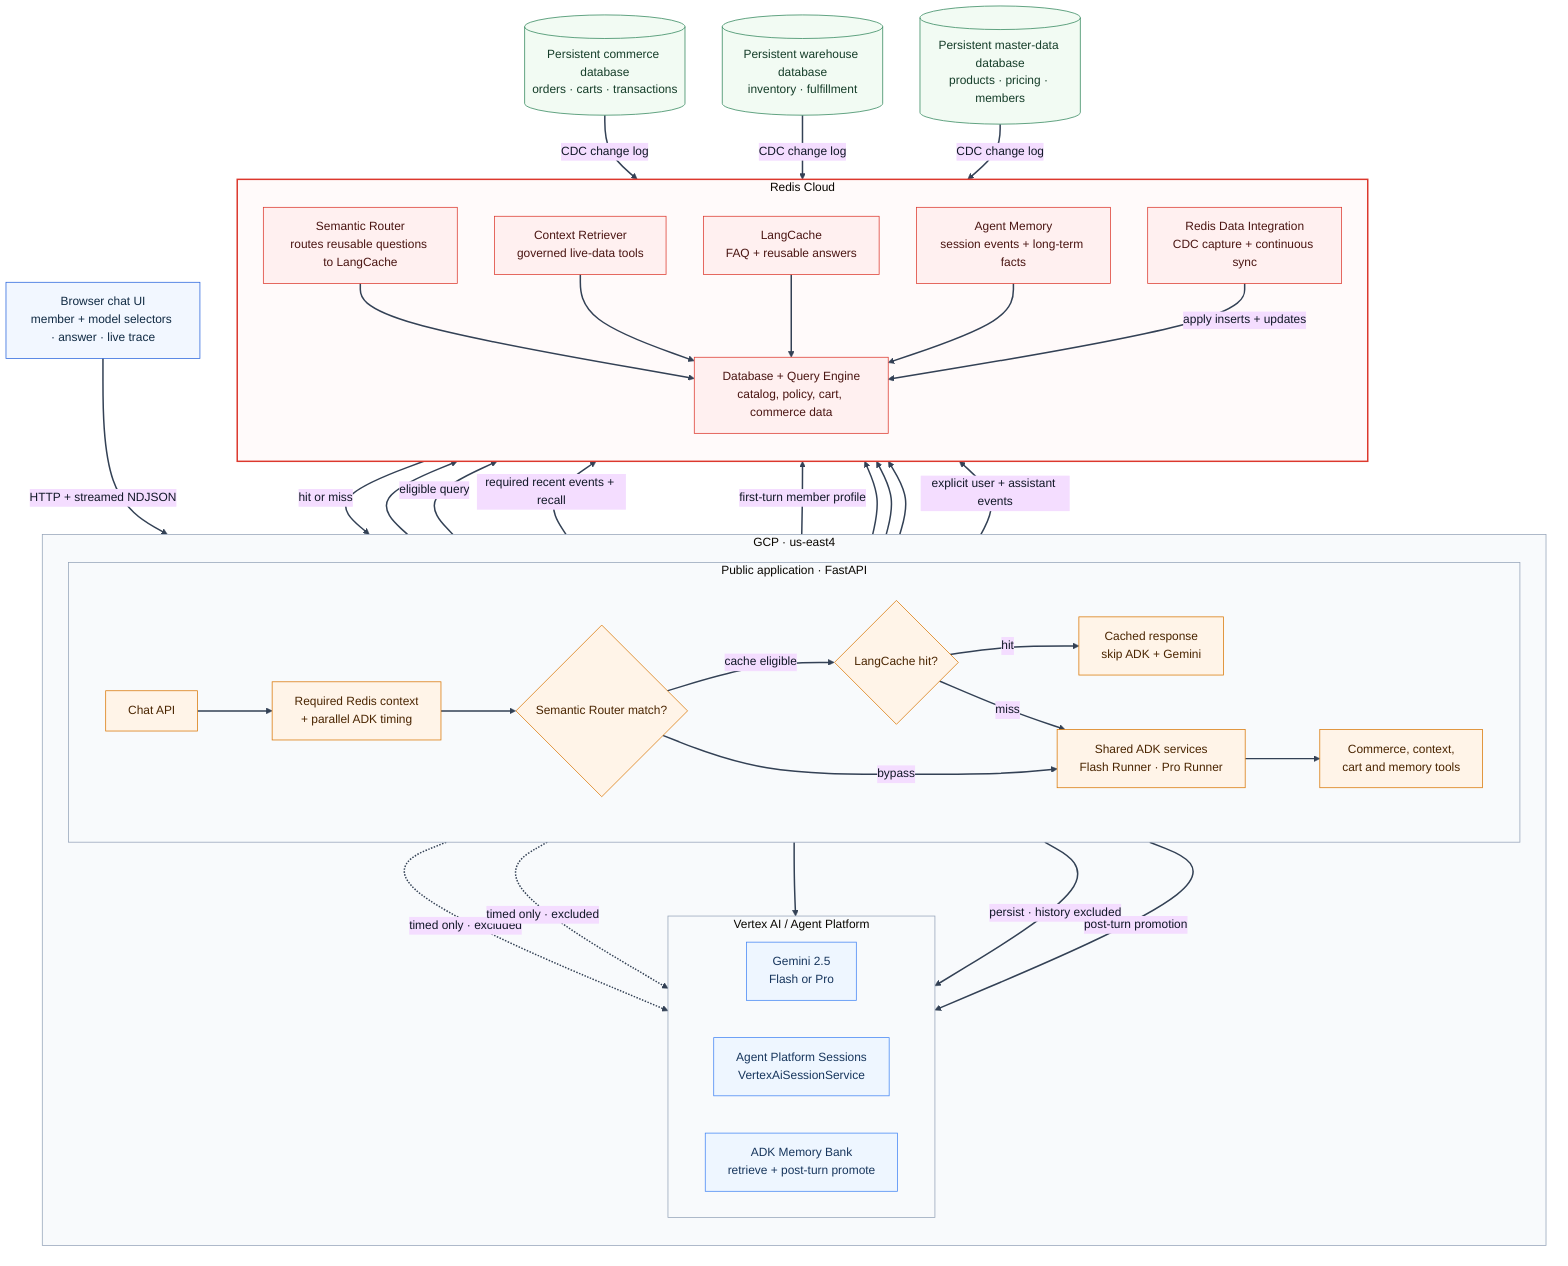
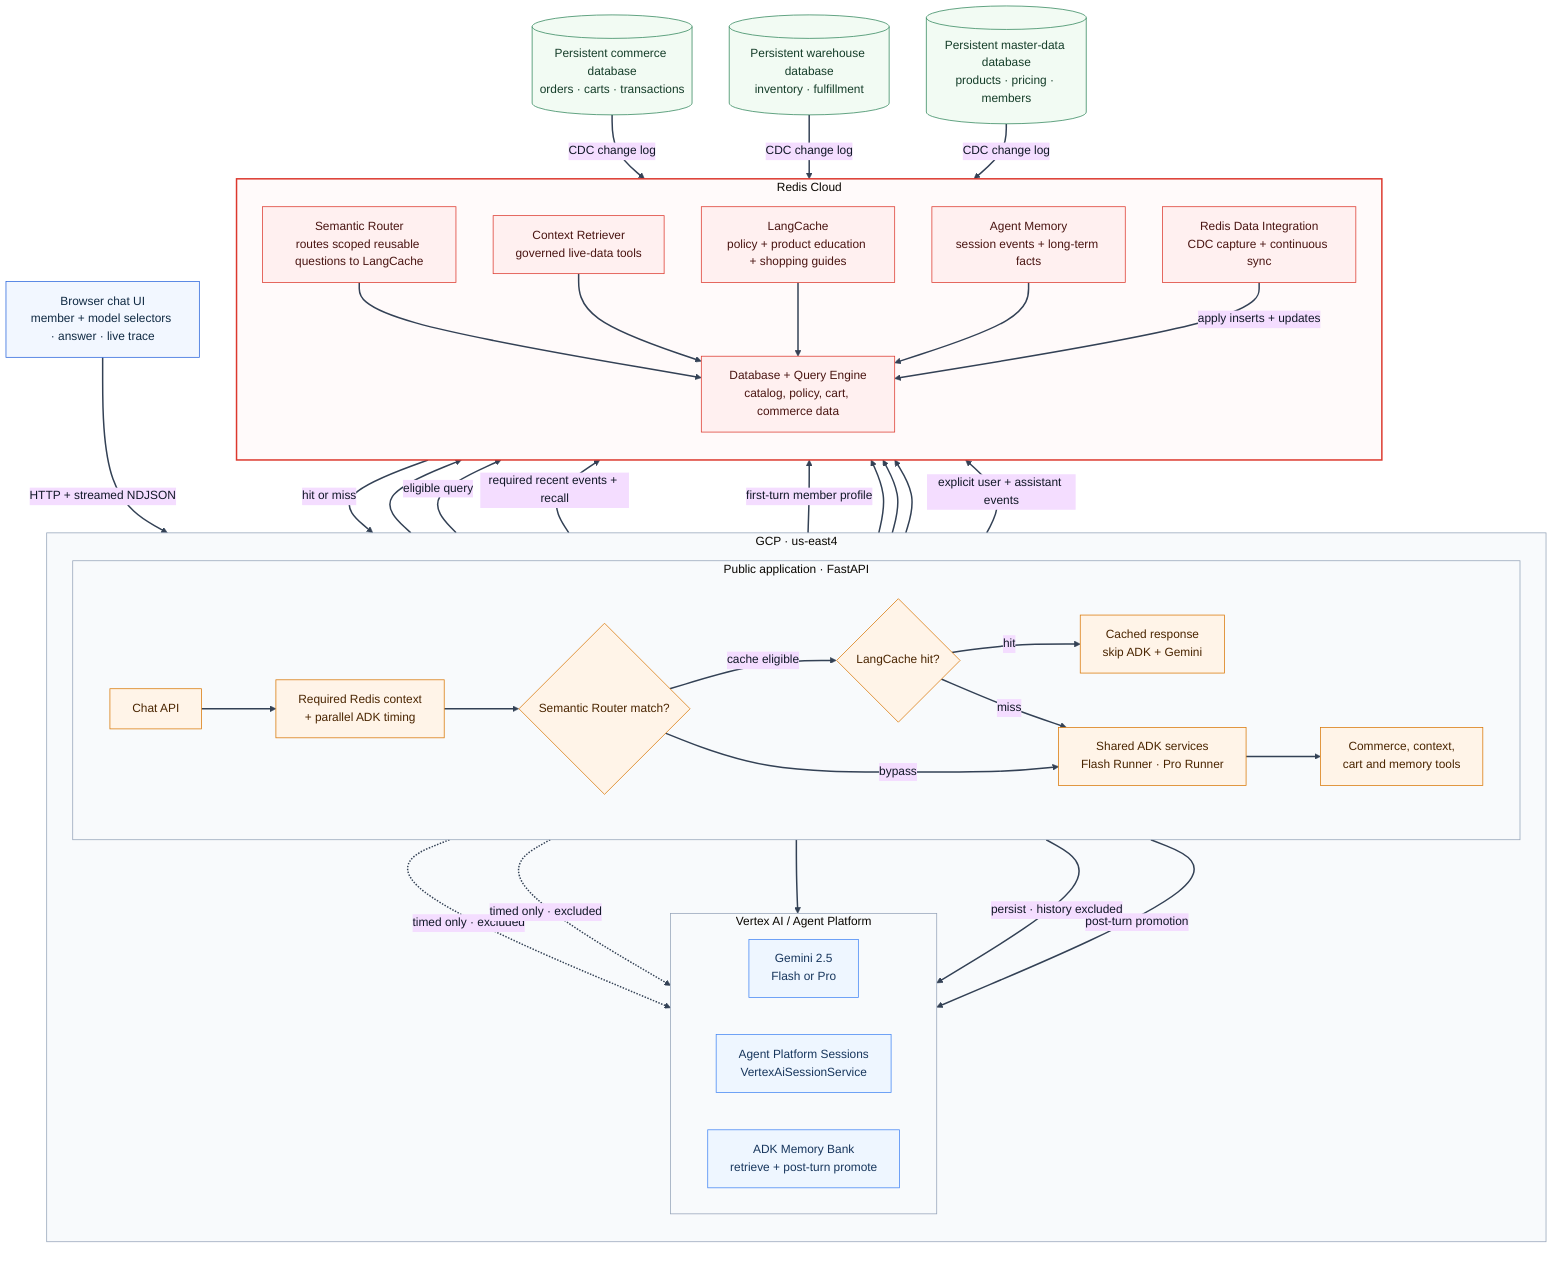
%%{init: {"theme":"base","themeVariables":{"background":"#ffffff","primaryTextColor":"#111827","lineColor":"#334155","clusterBkg":"#f8fafc","clusterBorder":"#94a3b8"},"flowchart":{"curve":"basis"}}}%%
flowchart TB
    browser["Browser chat UI<br/>member + model selectors · answer · live trace"]

    subgraph gcp["GCP · us-east4"]
        direction TB
        subgraph run["Public application · FastAPI"]
            direction LR
            api["Chat API"] --> prefetch["Required Redis context<br/>+ parallel ADK timing"]
            prefetch --> route{"Semantic Router match?"}
            route -->|cache eligible| gate{"LangCache hit?"}
            gate -->|hit| cached["Cached response<br/>skip ADK + Gemini"]
            gate -->|miss| runners["Shared ADK services<br/>Flash Runner · Pro Runner"]
            route -->|bypass| runners
            runners --> tools["Commerce, context,<br/>cart and memory tools"]
        end

        subgraph vertex["Vertex AI / Agent Platform"]
            direction LR
            gemini["Gemini 2.5<br/>Flash or Pro"]
            sessions["Agent Platform Sessions<br/>VertexAiSessionService"]
            bank["ADK Memory Bank<br/>retrieve + post-turn promote"]
        end
    end

    commerce[("Persistent commerce database<br/>orders · carts · transactions")]
    warehouse[("Persistent warehouse database<br/>inventory · fulfillment")]
    master[("Persistent master-data database<br/>products · pricing · members")]

    subgraph rediscloud["Redis Cloud"]
        direction TB
        rdi["Redis Data Integration<br/>CDC capture + continuous sync"]
-         cache["LangCache<br/>FAQ + reusable answers"]
+         cache["LangCache<br/>policy + product education + shopping guides"]
        ram["Agent Memory<br/>session events + long-term facts"]
        context["Context Retriever<br/>governed live-data tools"]
-         semantic["Semantic Router<br/>routes reusable questions to LangCache"]
+         semantic["Semantic Router<br/>routes scoped reusable questions to LangCache"]
        database["Database + Query Engine<br/>catalog, policy, cart, commerce data"]
    end

    browser -->|HTTP + streamed NDJSON| api

    route --> semantic
    semantic --> database
    route -->|eligible query| cache
    cache -->|hit or miss| gate
    prefetch -->|required recent events + recall| ram
    prefetch -.->|timed only · excluded| bank
    prefetch -.->|timed only · excluded| sessions
    prefetch -->|first-turn member profile| context

    runners --> gemini
    runners -->|persist · history excluded| sessions
    runners -->|post-turn promotion| bank
    tools --> context
    tools --> database
    tools --> ram
    context --> database
    api -->|explicit user + assistant events| ram

    cache --> database
    ram --> database
    commerce -->|CDC change log| rdi
    warehouse -->|CDC change log| rdi
    master -->|CDC change log| rdi
    rdi -->|apply inserts + updates| database

    classDef client fill:#f2f7ff,stroke:#2864dc,color:#102a43
    classDef app fill:#fff4e8,stroke:#d97706,color:#4a2500
    classDef google fill:#eef6ff,stroke:#4285f4,color:#17365d
    classDef redis fill:#fff0f0,stroke:#dc382d,color:#4a1512
    classDef source fill:#f2fbf3,stroke:#2f855a,color:#153d29

    class browser client
    class api,prefetch,route,gate,cached,runners,tools app
    class gemini,sessions,bank google
    class rdi,cache,ram,context,semantic,database redis
    class commerce,warehouse,master source

    style rediscloud fill:#fffafa,stroke:#dc382d,stroke-width:2px

    linkStyle default stroke:#334155,stroke-width:2px
